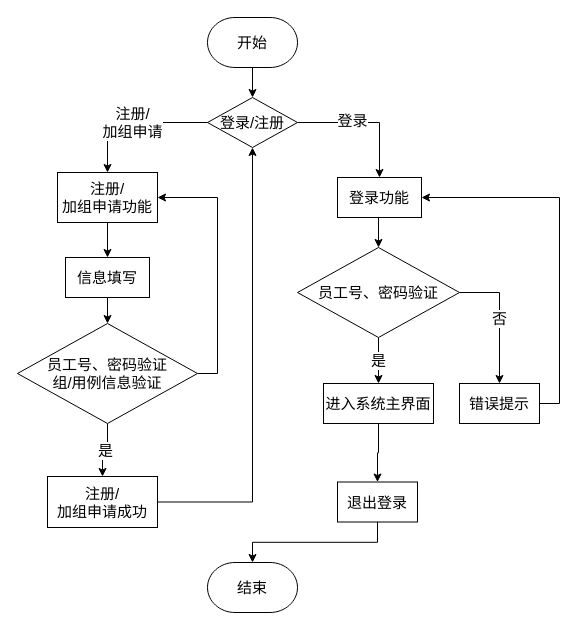
Sequin-hdd/COINFO keeps this draw.io diagram as 登录流程图.drawio. Above is the earlier version. Source tidied: cells renumbered, new cells numbered last; positions are measured from the earlier drawing's top-left corner, leaving out a move shared by most shapes. Both pictures are drawn from the tidied source at 100%, with x=0, y=0 at pixel (17, 17).
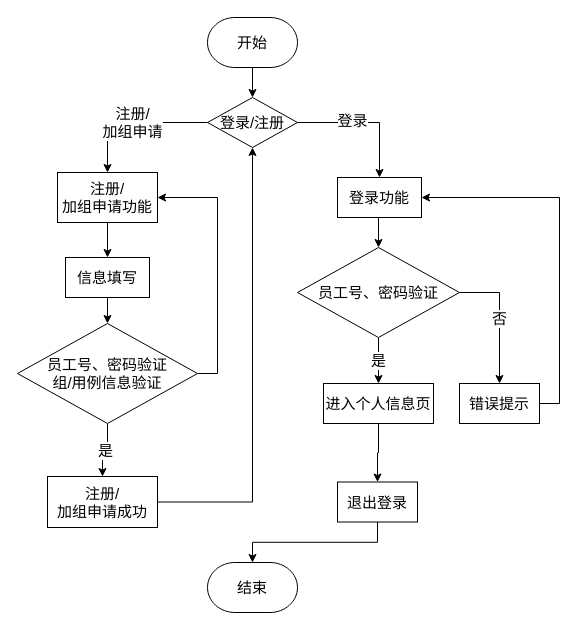
The same page after the edit.

Commit message (it also covers changes not shown here):
更新登录流程图.drawio

Diff of the diagram source:
```diff
@@
-    <mxCell id="15" value="&lt;font style=&quot;font-size: 15px&quot;&gt;进入系统主界面&lt;/font&gt;" style="rounded=0;whiteSpace=wrap;html=1;" parent="1" vertex="1">
+    <mxCell id="15" value="&lt;span style=&quot;font-size: 15px&quot;&gt;进入个人信息页&lt;/span&gt;" style="rounded=0;whiteSpace=wrap;html=1;" parent="1" vertex="1">
       <mxGeometry x="306" y="366" width="110" height="40" as="geometry" />
     </mxCell>
```
